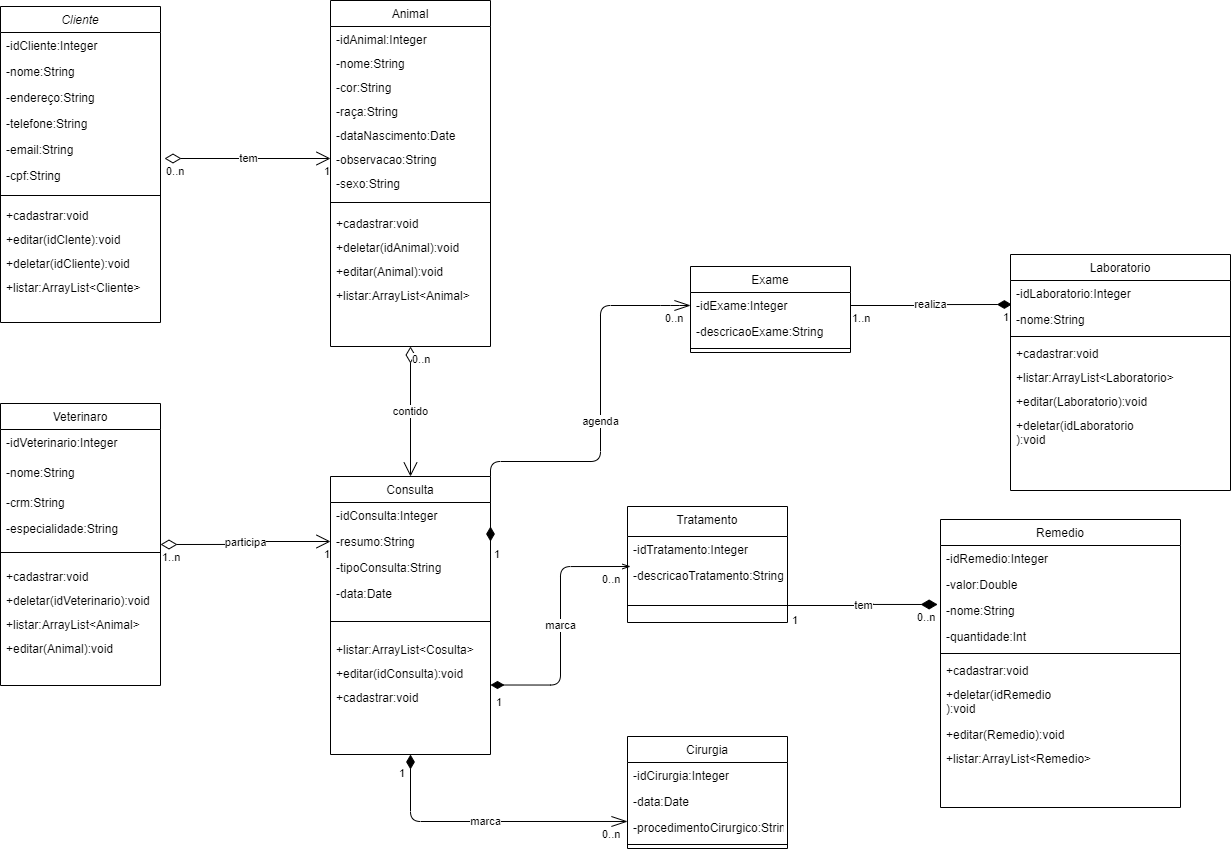
Before: projetoUML.png, a diagram exported from draw.io (moacirgomes/projeto-clinica). Source tidied: cells renumbered, new cells last; positions are measured from the earlier drawing's top-left corner, leaving out a move shared by most shapes.
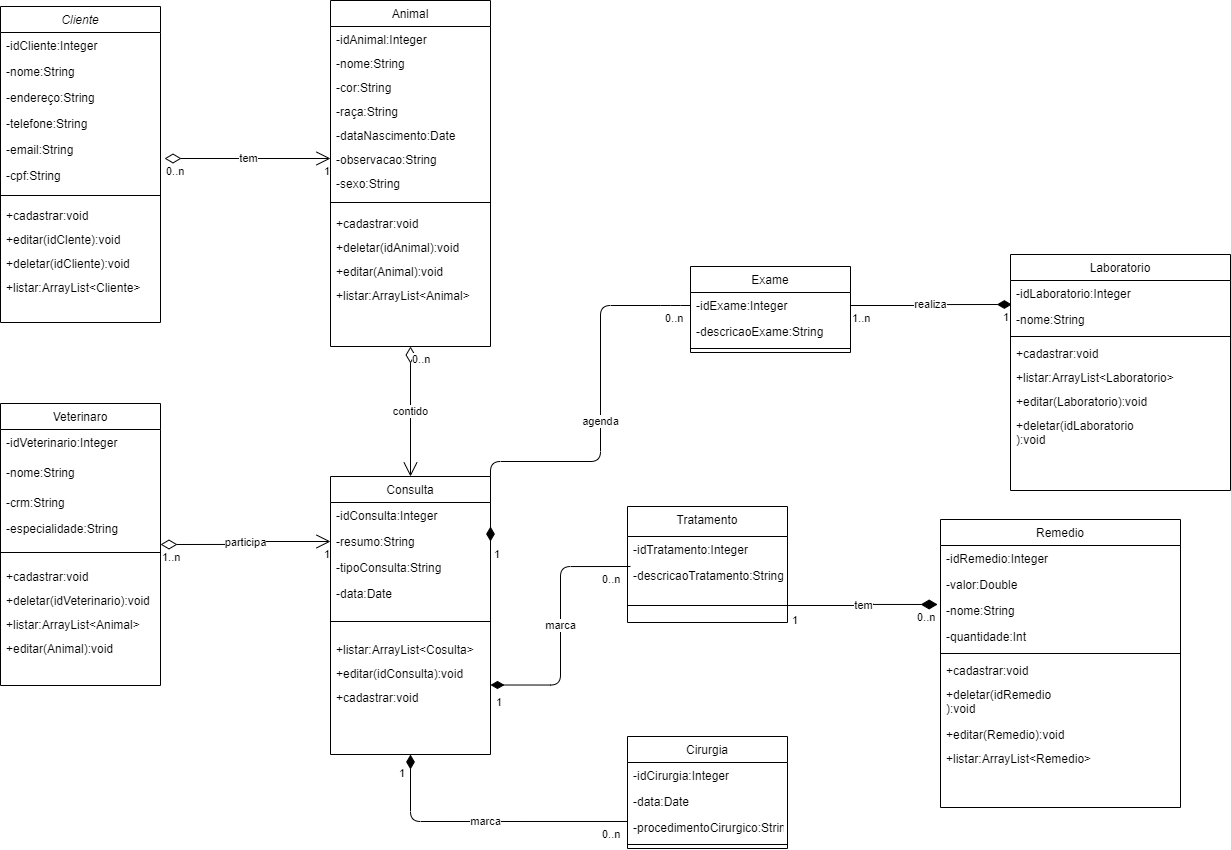
Later version of the same file.

What changed in the source:
```diff
@@ -134,7 +134,7 @@
     <mxCell id="45" value="1" style="edgeLabel;html=1;align=right;verticalAlign=top;" parent="43" vertex="1">
       <mxGeometry x="1" relative="1" as="geometry" />
     </mxCell>
-    <mxCell id="46" value="agenda" style="endArrow=diamondThin;html=1;endSize=12;startArrow=openThin;startSize=14;startFill=0;edgeStyle=orthogonalEdgeStyle;exitX=0;exitY=0.5;exitDx=0;exitDy=0;entryX=1;entryY=0.5;entryDx=0;entryDy=0;endFill=1;" parent="1" edge="1" source="89" target="94">
+    <mxCell id="46" value="agenda" style="endArrow=diamondThin;html=1;endSize=12;startArrow=none;startSize=14;startFill=0;edgeStyle=orthogonalEdgeStyle;exitX=0;exitY=0.5;exitDx=0;exitDy=0;entryX=1;entryY=0.5;entryDx=0;entryDy=0;endFill=1;" parent="1" edge="1" source="89" target="94">
       <mxGeometry x="-0.06" relative="1" as="geometry">
         <Array as="points">
           <mxPoint x="670" y="305" />
@@ -259,7 +259,7 @@
     <mxCell id="81" value="+deletar(idLaboratorio&#10;):void" style="text;strokeColor=none;fillColor=none;align=left;verticalAlign=top;spacingLeft=4;spacingRight=4;overflow=hidden;" parent="74" vertex="1">
       <mxGeometry y="158" width="220" height="40" as="geometry" />
     </mxCell>
-    <mxCell id="82" value="marca" style="endArrow=diamondThin;html=1;endSize=12;startArrow=openThin;startSize=14;startFill=0;edgeStyle=orthogonalEdgeStyle;exitX=0;exitY=0.269;exitDx=0;exitDy=0;exitPerimeter=0;entryX=0.5;entryY=1;entryDx=0;entryDy=0;endFill=1;" parent="1" edge="1" source="62" target="92">
+    <mxCell id="82" value="marca" style="endArrow=diamondThin;html=1;endSize=12;startArrow=none;startSize=14;startFill=0;edgeStyle=orthogonalEdgeStyle;exitX=0;exitY=0.269;exitDx=0;exitDy=0;exitPerimeter=0;entryX=0.5;entryY=1;entryDx=0;entryDy=0;endFill=1;" parent="1" edge="1" source="62" target="92">
       <mxGeometry relative="1" as="geometry" />
     </mxCell>
     <mxCell id="83" value="0..n" style="edgeLabel;html=1;align=left;verticalAlign=top;" parent="82" vertex="1">
@@ -272,7 +272,7 @@
         <mxPoint x="-5" y="6" as="offset" />
       </mxGeometry>
     </mxCell>
-    <mxCell id="85" value="marca" style="endArrow=diamondThin;html=1;startArrow=openThin;startFill=0;entryX=1;entryY=0.75;entryDx=0;entryDy=0;endFill=1;edgeStyle=orthogonalEdgeStyle;endSize=11;" parent="1" edge="1" target="92">
+    <mxCell id="85" value="marca" style="endArrow=diamondThin;html=1;startArrow=none;startFill=0;entryX=1;entryY=0.75;entryDx=0;entryDy=0;endFill=1;edgeStyle=orthogonalEdgeStyle;endSize=11;" parent="1" edge="1" target="92">
       <mxGeometry relative="1" as="geometry">
         <mxPoint x="630" y="566" as="sourcePoint" />
       </mxGeometry>
```
